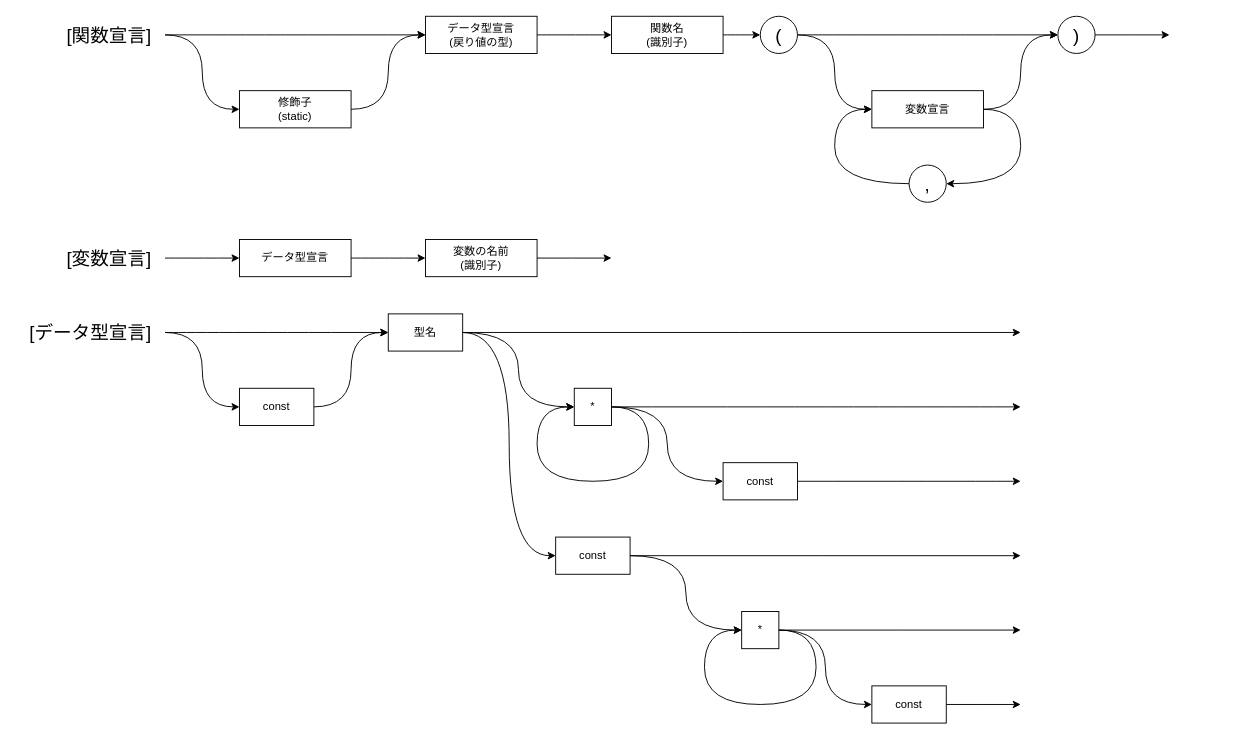
The draw.io diagram doc/design/lexical_analysis.drawio in CountrySideEngineer/CStubMk, before the edit. Source tidied: cells renumbered, new cells numbered last; positions are measured from the earlier drawing's top-left corner, leaving out a move shared by most shapes. Both pictures are drawn from the tidied source at 93%, with x=0, y=0 at pixel (16, 16).
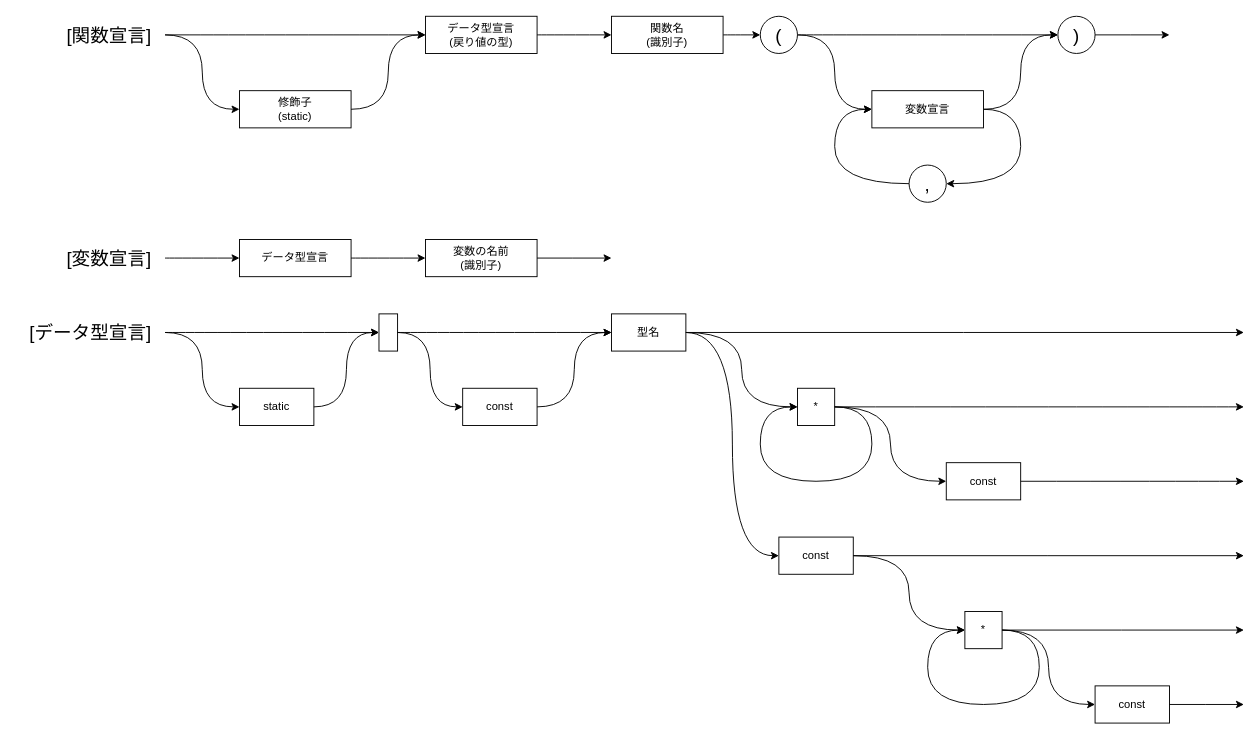
The same diagram, later.

Commit message (it also covers changes not shown here):
Update design document.

Unchanged cells that the change refers to:
```xml
<mxCell id="25" value="[データ型宣言]" style="text;html=1;strokeColor=none;fillColor=none;align=center;verticalAlign=middle;whiteSpace=wrap;rounded=0;fontSize=20;" parent="1" vertex="1">
  <mxGeometry y="320" width="160" height="40" as="geometry" />
</mxCell>
```

What changed in the source:
```diff
@@
     <mxCell id="26" value="const" style="rounded=0;whiteSpace=wrap;html=1;" parent="1" vertex="1">
-      <mxGeometry x="240" y="400" width="80" height="40" as="geometry" />
+      <mxGeometry x="480" y="400" width="80" height="40" as="geometry" />
     </mxCell>
-    <mxCell id="27" style="edgeStyle=orthogonalEdgeStyle;rounded=0;jettySize=auto;html=1;fontSize=20;curved=1;exitX=1;exitY=0.5;exitDx=0;exitDy=0;entryX=0;entryY=0.5;entryDx=0;entryDy=0;" parent="1" edge="1" source="25" target="26">
-      <mxGeometry relative="1" as="geometry" />
-    </mxCell>
     <mxCell id="28" value="型名" style="rounded=0;whiteSpace=wrap;html=1;" parent="1" vertex="1">
-      <mxGeometry x="400" y="320" width="80" height="40" as="geometry" />
+      <mxGeometry x="640" y="320" width="80" height="40" as="geometry" />
     </mxCell>
@@
-    <mxCell id="30" style="edgeStyle=orthogonalEdgeStyle;rounded=0;jettySize=auto;html=1;fontSize=20;curved=1;exitX=1;exitY=0.5;exitDx=0;exitDy=0;entryX=0;entryY=0.5;entryDx=0;entryDy=0;" parent="1" edge="1" source="25" target="28">
+    <mxCell id="30" style="edgeStyle=orthogonalEdgeStyle;rounded=0;jettySize=auto;html=1;fontSize=20;curved=1;exitX=1;exitY=0.5;exitDx=0;exitDy=0;entryX=0;entryY=0.5;entryDx=0;entryDy=0;" parent="1" edge="1" source="25" target="53">
       <mxGeometry relative="1" as="geometry" />
     </mxCell>
     <mxCell id="31" value="*" style="rounded=0;whiteSpace=wrap;html=1;" parent="1" vertex="1">
-      <mxGeometry x="600" y="400" width="40" height="40" as="geometry" />
+      <mxGeometry x="840" y="400" width="40" height="40" as="geometry" />
     </mxCell>
@@
     <mxCell id="33" style="edgeStyle=orthogonalEdgeStyle;rounded=0;orthogonalLoop=1;jettySize=auto;html=1;fontSize=20;curved=1;exitX=1;exitY=0.5;exitDx=0;exitDy=0;entryX=0;entryY=0.5;entryDx=0;entryDy=0;" parent="1" edge="1" source="31" target="31">
       <mxGeometry relative="1" as="geometry">
         <Array as="points">
-          <mxPoint x="680" y="420" />
-          <mxPoint x="680" y="500" />
-          <mxPoint x="560" y="500" />
-          <mxPoint x="560" y="420" />
+          <mxPoint x="920" y="420" />
+          <mxPoint x="920" y="500" />
+          <mxPoint x="800" y="500" />
+          <mxPoint x="800" y="420" />
         </Array>
       </mxGeometry>
     </mxCell>
     <mxCell id="34" value="const" style="rounded=0;whiteSpace=wrap;html=1;" parent="1" vertex="1">
-      <mxGeometry x="760" y="480" width="80" height="40" as="geometry" />
+      <mxGeometry x="1000" y="480" width="80" height="40" as="geometry" />
     </mxCell>
@@
     <mxCell id="37" style="edgeStyle=orthogonalEdgeStyle;rounded=0;jettySize=auto;html=1;fontSize=20;curved=1;exitX=1;exitY=0.5;exitDx=0;exitDy=0;" parent="1" edge="1" source="28">
       <mxGeometry relative="1" as="geometry">
-        <mxPoint x="1080" y="340" as="targetPoint" />
+        <mxPoint x="1320" y="340" as="targetPoint" />
       </mxGeometry>
     </mxCell>
     <mxCell id="38" style="edgeStyle=orthogonalEdgeStyle;rounded=0;jettySize=auto;html=1;fontSize=20;curved=1;exitX=1;exitY=0.5;exitDx=0;exitDy=0;" parent="1" edge="1" source="31">
       <mxGeometry relative="1" as="geometry">
-        <mxPoint x="1080" y="420" as="targetPoint" />
+        <mxPoint x="1320" y="420" as="targetPoint" />
         <Array as="points">
-          <mxPoint x="1000" y="420" />
-          <mxPoint x="1000" y="420" />
+          <mxPoint x="1240" y="420" />
+          <mxPoint x="1240" y="420" />
         </Array>
       </mxGeometry>
     </mxCell>
     <mxCell id="39" style="edgeStyle=orthogonalEdgeStyle;rounded=0;jettySize=auto;html=1;fontSize=20;curved=1;exitX=1;exitY=0.5;exitDx=0;exitDy=0;" parent="1" edge="1" source="34">
       <mxGeometry relative="1" as="geometry">
-        <mxPoint x="1080" y="500" as="targetPoint" />
+        <mxPoint x="1320" y="500" as="targetPoint" />
         <Array as="points">
-          <mxPoint x="1000" y="500" />
-          <mxPoint x="1000" y="500" />
+          <mxPoint x="1240" y="500" />
+          <mxPoint x="1240" y="500" />
         </Array>
       </mxGeometry>
     </mxCell>
     <mxCell id="40" value="const" style="rounded=0;whiteSpace=wrap;html=1;" parent="1" vertex="1">
-      <mxGeometry x="580" y="560" width="80" height="40" as="geometry" />
+      <mxGeometry x="820" y="560" width="80" height="40" as="geometry" />
     </mxCell>
@@
     <mxCell id="42" value="*" style="rounded=0;whiteSpace=wrap;html=1;" parent="1" vertex="1">
-      <mxGeometry x="780" y="640" width="40" height="40" as="geometry" />
+      <mxGeometry x="1020" y="640" width="40" height="40" as="geometry" />
     </mxCell>
     <mxCell id="43" style="edgeStyle=orthogonalEdgeStyle;rounded=0;orthogonalLoop=1;jettySize=auto;html=1;fontSize=20;curved=1;exitX=1;exitY=0.5;exitDx=0;exitDy=0;entryX=0;entryY=0.5;entryDx=0;entryDy=0;" parent="1" edge="1" source="42" target="42">
       <mxGeometry relative="1" as="geometry">
         <Array as="points">
-          <mxPoint x="860" y="660" />
-          <mxPoint x="860" y="740" />
-          <mxPoint x="740" y="740" />
-          <mxPoint x="740" y="660" />
+          <mxPoint x="1100" y="660" />
+          <mxPoint x="1100" y="740" />
+          <mxPoint x="980" y="740" />
+          <mxPoint x="980" y="660" />
         </Array>
       </mxGeometry>
     </mxCell>
@@
     <mxCell id="45" style="edgeStyle=orthogonalEdgeStyle;rounded=0;jettySize=auto;html=1;fontSize=20;curved=1;exitX=1;exitY=0.5;exitDx=0;exitDy=0;" parent="1" edge="1" source="40">
       <mxGeometry relative="1" as="geometry">
-        <mxPoint x="1080" y="580" as="targetPoint" />
+        <mxPoint x="1320" y="580" as="targetPoint" />
       </mxGeometry>
     </mxCell>
     <mxCell id="46" style="edgeStyle=orthogonalEdgeStyle;rounded=0;jettySize=auto;html=1;fontSize=20;curved=1;exitX=1;exitY=0.5;exitDx=0;exitDy=0;" parent="1" edge="1" source="42">
       <mxGeometry relative="1" as="geometry">
-        <mxPoint x="1080" y="660" as="targetPoint" />
+        <mxPoint x="1320" y="660" as="targetPoint" />
       </mxGeometry>
     </mxCell>
     <mxCell id="47" value="const" style="rounded=0;whiteSpace=wrap;html=1;" parent="1" vertex="1">
-      <mxGeometry x="920" y="720" width="80" height="40" as="geometry" />
+      <mxGeometry x="1160" y="720" width="80" height="40" as="geometry" />
     </mxCell>
     <mxCell id="48" style="edgeStyle=orthogonalEdgeStyle;rounded=0;jettySize=auto;html=1;fontSize=20;curved=1;exitX=1;exitY=0.5;exitDx=0;exitDy=0;entryX=0;entryY=0.5;entryDx=0;entryDy=0;" parent="1" edge="1" source="42" target="47">
       <mxGeometry relative="1" as="geometry">
         <Array as="points">
-          <mxPoint x="870" y="660" />
-          <mxPoint x="870" y="740" />
+          <mxPoint x="1110" y="660" />
+          <mxPoint x="1110" y="740" />
         </Array>
       </mxGeometry>
     </mxCell>
     <mxCell id="49" style="edgeStyle=orthogonalEdgeStyle;rounded=0;jettySize=auto;html=1;fontSize=20;curved=1;exitX=1;exitY=0.5;exitDx=0;exitDy=0;" parent="1" edge="1" source="47">
       <mxGeometry relative="1" as="geometry">
-        <mxPoint x="1080" y="740" as="targetPoint" />
+        <mxPoint x="1320" y="740" as="targetPoint" />
       </mxGeometry>
     </mxCell>
@@
+    <mxCell id="51" value="static" style="rounded=0;whiteSpace=wrap;html=1;" parent="1" vertex="1">
+      <mxGeometry x="240" y="400" width="80" height="40" as="geometry" />
+    </mxCell>
+    <mxCell id="52" style="edgeStyle=orthogonalEdgeStyle;rounded=0;jettySize=auto;html=1;fontSize=20;curved=1;entryX=0;entryY=0.5;entryDx=0;entryDy=0;" parent="1" edge="1" source="25" target="51">
+      <mxGeometry relative="1" as="geometry" />
+    </mxCell>
+    <mxCell id="53" style="rounded=0;whiteSpace=wrap;html=1;" parent="1" vertex="1">
+      <mxGeometry x="390" y="320" width="20" height="40" as="geometry" />
+    </mxCell>
+    <mxCell id="54" style="edgeStyle=orthogonalEdgeStyle;rounded=0;jettySize=auto;html=1;fontSize=20;curved=1;exitX=1;exitY=0.5;exitDx=0;exitDy=0;entryX=0;entryY=0.5;entryDx=0;entryDy=0;" parent="1" edge="1" source="53" target="28">
+      <mxGeometry relative="1" as="geometry" />
+    </mxCell>
+    <mxCell id="55" style="edgeStyle=orthogonalEdgeStyle;rounded=0;jettySize=auto;html=1;fontSize=20;curved=1;entryX=0;entryY=0.5;entryDx=0;entryDy=0;exitX=1;exitY=0.5;exitDx=0;exitDy=0;" parent="1" edge="1" source="51" target="53">
+      <mxGeometry relative="1" as="geometry" />
+    </mxCell>
+    <mxCell id="56" style="edgeStyle=orthogonalEdgeStyle;rounded=0;jettySize=auto;html=1;fontSize=20;curved=1;entryX=0;entryY=0.5;entryDx=0;entryDy=0;exitX=1;exitY=0.5;exitDx=0;exitDy=0;" parent="1" edge="1" source="53" target="26">
+      <mxGeometry relative="1" as="geometry" />
+    </mxCell>
```
